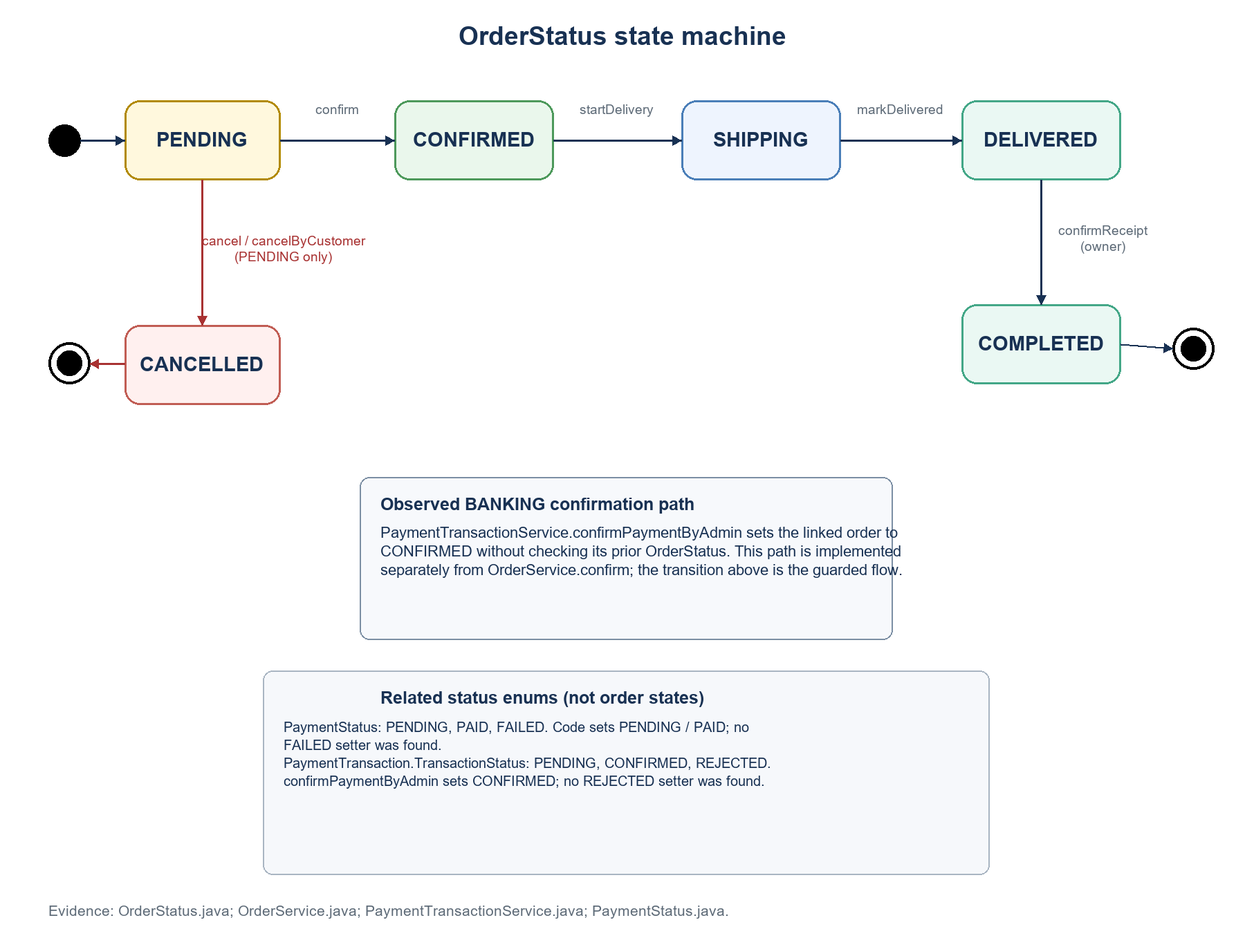
NguyenQuangDiep12/HeThongBanQuanAo keeps this PlantUML diagram as docs/software-design/diagrams/state-order-payment.png. Above is the earlier version. Its source is kept beside it as docs/software-design/diagrams/state-order-payment.puml. The source it was exported from:
```plantuml
@startuml
hide empty description
[*] --> PENDING : Order created by checkout
PENDING --> CONFIRMED : OrderService.confirm
PENDING --> CANCELLED : cancel / cancelByCustomer
CONFIRMED --> SHIPPING : startDelivery
SHIPPING --> DELIVERED : markDelivered
DELIVERED --> COMPLETED : confirmReceipt by owner
COMPLETED --> [*]
CANCELLED --> [*]

note right of CONFIRMED
  Separate BANKING confirmation path:
  PaymentTransactionService.confirmPaymentByAdmin
  sets the order to CONFIRMED without checking
  the order's prior status.
end note

note bottom of CANCELLED
  Cancellation methods accept PENDING only
  and restore inventory.
end note
@enduml
```
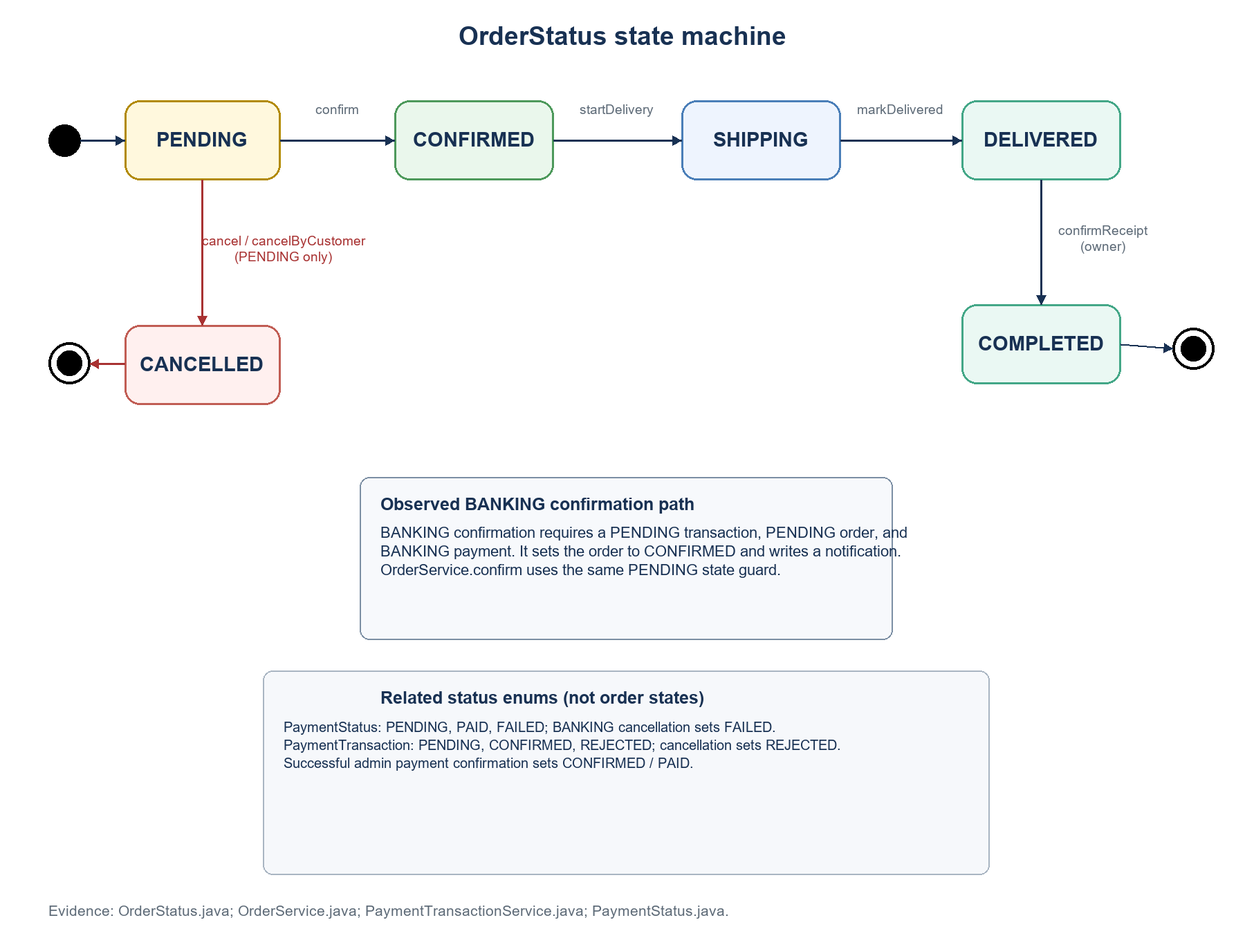
The same file after the commit.

Change to the diagram source:
```diff
@@ -10,14 +10,14 @@
 CANCELLED --> [*]
 
 note right of CONFIRMED
-  Separate BANKING confirmation path:
-  PaymentTransactionService.confirmPaymentByAdmin
-  sets the order to CONFIRMED without checking
-  the order's prior status.
+  BANKING confirmation requires a PENDING
+  transaction, PENDING order, and BANKING
+  payment. It sets the order to CONFIRMED.
 end note
 
 note bottom of CANCELLED
-  Cancellation methods accept PENDING only
-  and restore inventory.
+  Cancellation accepts PENDING only and restores
+  inventory. Pending BANKING payment becomes FAILED;
+  pending transactions become REJECTED.
 end note
 @enduml
```
